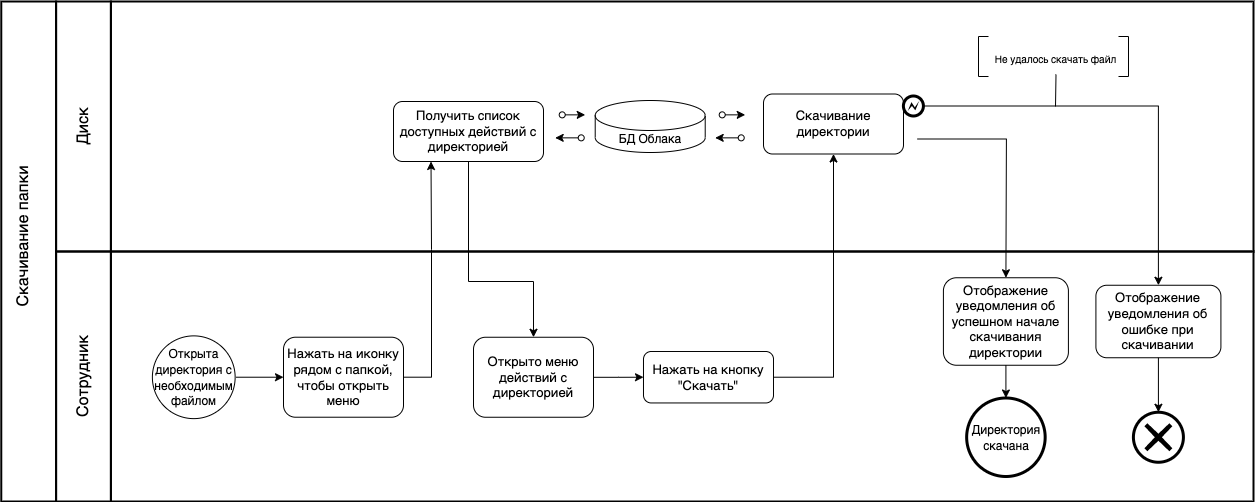
This is docs/bpmn/UML + BPMN-7.5.2 BPMN.drawio.png from shuv8/cloudstorage, a draw.io export, as it was before one commit. Source tidied: cells renumbered, new cells last; positions are measured from the earlier drawing's top-left corner, leaving out a move shared by most shapes.
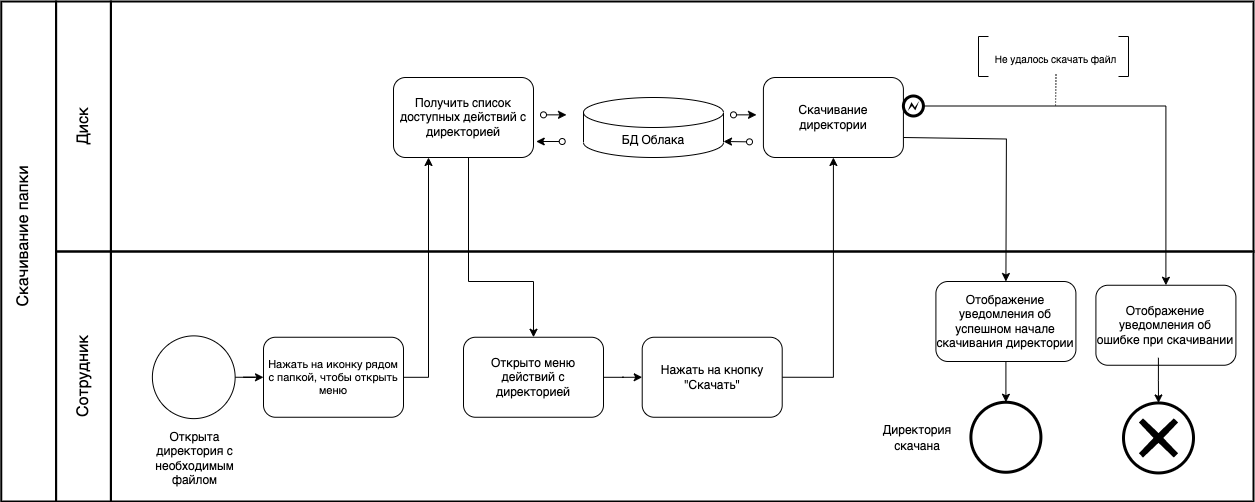
Later version of the same file.

Change to the diagram source:
```diff
@@ -15,14 +15,14 @@
         </Array>
       </mxGeometry>
     </mxCell>
-    <mxCell id="5" value="Нажать на кнопку &quot;Скачать&quot;" style="rounded=1;whiteSpace=wrap;html=1;fontSize=13;" parent="1" vertex="1">
-      <mxGeometry x="720" y="350" width="130" height="51.5" as="geometry" />
+    <mxCell id="5" value="Нажать на кнопку &quot;Скачать&quot;" style="rounded=1;whiteSpace=wrap;html=1;fontSize=12;" parent="1" vertex="1">
+      <mxGeometry x="718.7" y="335.8" width="140" height="80" as="geometry" />
     </mxCell>
-    <mxCell id="6" style="edgeStyle=orthogonalEdgeStyle;rounded=0;jettySize=auto;html=1;exitX=1;exitY=0.5;exitDx=0;exitDy=0;" parent="1" edge="1" source="38" target="15">
+    <mxCell id="6" style="edgeStyle=orthogonalEdgeStyle;rounded=0;jettySize=auto;html=1;exitX=1;exitY=0.5;exitDx=0;exitDy=0;" parent="1" edge="1" source="37" target="15">
       <mxGeometry relative="1" as="geometry" />
     </mxCell>
-    <mxCell id="7" value="Скачивание директории" style="rounded=1;whiteSpace=wrap;html=1;fontSize=13;" parent="1" vertex="1">
-      <mxGeometry x="840" y="92.5" width="140" height="60" as="geometry" />
+    <mxCell id="7" value="Скачивание директории" style="rounded=1;whiteSpace=wrap;html=1;fontSize=12;" parent="1" vertex="1">
+      <mxGeometry x="839.9" y="76" width="140" height="80" as="geometry" />
     </mxCell>
     <mxCell id="8" style="rounded=0;whiteSpace=wrap;html=1;strokeWidth=2;fontSize=13;fillColor=none;" parent="1" vertex="1">
       <mxGeometry x="132.6" width="54.8" height="250" as="geometry" />
@@ -45,28 +45,26 @@
     <mxCell id="14" style="edgeStyle=orthogonalEdgeStyle;rounded=0;jettySize=auto;html=1;entryX=0.25;entryY=1;entryDx=0;entryDy=0;" parent="1" edge="1" source="15" target="24">
       <mxGeometry relative="1" as="geometry">
         <Array as="points">
-          <mxPoint x="508" y="376" />
-          <mxPoint x="508" y="248" />
-          <mxPoint x="507" y="248" />
+          <mxPoint x="505" y="376" />
         </Array>
       </mxGeometry>
     </mxCell>
-    <mxCell id="15" value="Нажать на иконку рядом с папкой, чтобы открыть меню" style="rounded=1;whiteSpace=wrap;html=1;fontSize=13;" parent="1" vertex="1">
-      <mxGeometry x="360" y="335.7" width="120" height="80" as="geometry" />
+    <mxCell id="15" value="Нажать на иконку рядом с папкой, чтобы открыть меню" style="rounded=1;whiteSpace=wrap;html=1;fontSize=11;" parent="1" vertex="1">
+      <mxGeometry x="340" y="335.8" width="140" height="80" as="geometry" />
     </mxCell>
     <mxCell id="16" style="ellipse;whiteSpace=wrap;html=1;fontSize=13;strokeWidth=3;" parent="1" vertex="1">
-      <mxGeometry x="1043.2" y="396.5" width="78.5" height="78.5" as="geometry" />
+      <mxGeometry x="1047.4" y="400.8" width="70" height="70" as="geometry" />
     </mxCell>
-    <mxCell id="17" value="Отображение уведомления об успешном начале скачивания директории" style="rounded=1;whiteSpace=wrap;html=1;fontSize=13;" parent="1" vertex="1">
-      <mxGeometry x="1019.9" y="276.2" width="125" height="87.5" as="geometry" />
+    <mxCell id="17" value="Отображение уведомления об успешном начале скачивания директории" style="rounded=1;whiteSpace=wrap;html=1;fontSize=12;" parent="1" vertex="1">
+      <mxGeometry x="1012.4" y="280" width="140" height="80" as="geometry" />
     </mxCell>
     <mxCell id="18" style="endArrow=classic;html=1;fillColor=#000000;exitX=0.5;exitY=1;exitDx=0;exitDy=0;entryX=0.5;entryY=0;entryDx=0;entryDy=0;" parent="1" edge="1" source="17" target="16">
       <mxGeometry relative="1" as="geometry" />
     </mxCell>
-    <mxCell id="19" value="Отображение уведомления об ошибке при скачивании" style="rounded=1;whiteSpace=wrap;html=1;fontSize=13;" parent="1" vertex="1">
-      <mxGeometry x="1172.4" y="283.8" width="125" height="72.5" as="geometry" />
+    <mxCell id="19" value="Отображение уведомления об ошибке при скачивании" style="rounded=1;whiteSpace=wrap;html=1;fontSize=12;" parent="1" vertex="1">
+      <mxGeometry x="1172.4" y="283.8" width="140" height="80" as="geometry" />
     </mxCell>
-    <mxCell id="20" style="endArrow=classic;html=1;fontSize=13;exitX=0.706;exitY=0.55;exitDx=0;exitDy=0;entryX=0.5;entryY=0;entryDx=0;entryDy=0;rounded=0;exitPerimeter=0;" parent="1" edge="1" source="3" target="17">
+    <mxCell id="20" style="endArrow=classic;html=1;fontSize=13;exitX=1;exitY=0.75;exitDx=0;exitDy=0;entryX=0.5;entryY=0;entryDx=0;entryDy=0;rounded=0;" parent="1" edge="1" source="7" target="17">
       <mxGeometry relative="1" as="geometry">
         <Array as="points">
           <mxPoint x="1082.9" y="137.5" />
@@ -87,55 +85,49 @@
         </Array>
       </mxGeometry>
     </mxCell>
-    <mxCell id="24" value="Получить список доступных действий с директорией" style="rounded=1;whiteSpace=wrap;html=1;fontSize=13;" parent="1" vertex="1">
-      <mxGeometry x="470" y="100" width="150" height="60" as="geometry" />
+    <mxCell id="24" value="Получить список доступных действий с директорией" style="rounded=1;whiteSpace=wrap;html=1;fontSize=12;" parent="1" vertex="1">
+      <mxGeometry x="470" y="76" width="140" height="80" as="geometry" />
     </mxCell>
     <mxCell id="25" style="edgeStyle=orthogonalEdgeStyle;rounded=0;jettySize=auto;html=1;entryX=0;entryY=0.5;entryDx=0;entryDy=0;" parent="1" edge="1" source="26" target="5">
       <mxGeometry relative="1" as="geometry" />
     </mxCell>
-    <mxCell id="26" value="Открыто меню действий с директорией" style="rounded=1;whiteSpace=wrap;html=1;fontSize=13;" parent="1" vertex="1">
-      <mxGeometry x="550" y="335.8" width="120" height="80" as="geometry" />
+    <mxCell id="26" value="Открыто меню действий с директорией" style="rounded=1;whiteSpace=wrap;html=1;fontSize=12;" parent="1" vertex="1">
+      <mxGeometry x="540" y="335.8" width="140" height="80" as="geometry" />
     </mxCell>
     <mxCell id="27" style="group;" parent="1" vertex="1">
       <mxGeometry x="638.7" y="94" width="220" height="62" as="geometry" />
     </mxCell>
     <mxCell id="28" value="БД Облака" style="shape=cylinder3;whiteSpace=wrap;html=1;boundedLbl=1;backgroundOutline=1;size=15;" parent="27" vertex="1">
-      <mxGeometry x="33" y="5" width="110" height="52" as="geometry" />
+      <mxGeometry x="21.3" y="2" width="140" height="60" as="geometry" />
     </mxCell>
     <mxCell id="29" style="endArrow=classic;html=1;rounded=0;startArrow=oval;startFill=0;" parent="27" edge="1">
       <mxGeometry relative="1" as="geometry">
-        <mxPoint x="160" y="19.4" as="sourcePoint" />
-        <mxPoint x="183" y="19.4" as="targetPoint" />
+        <mxPoint x="171.3" y="19.4" as="sourcePoint" />
+        <mxPoint x="194.3" y="19.4" as="targetPoint" />
       </mxGeometry>
     </mxCell>
     <mxCell id="30" style="endArrow=classic;html=1;rounded=0;startArrow=oval;startFill=0;" parent="27" edge="1">
       <mxGeometry relative="1" as="geometry">
-        <mxPoint x="179" y="42.4" as="sourcePoint" />
-        <mxPoint x="153" y="42.4" as="targetPoint" />
+        <mxPoint x="187.3" y="46.4" as="sourcePoint" />
+        <mxPoint x="161.3" y="46" as="targetPoint" />
       </mxGeometry>
     </mxCell>
     <mxCell id="31" style="endArrow=classic;html=1;rounded=0;startArrow=oval;startFill=0;" parent="27" edge="1">
       <mxGeometry relative="1" as="geometry">
-        <mxPoint y="19.4" as="sourcePoint" />
-        <mxPoint x="23" y="19.4" as="targetPoint" />
+        <mxPoint x="-18.7" y="19.4" as="sourcePoint" />
+        <mxPoint x="4.3" y="19.4" as="targetPoint" />
       </mxGeometry>
     </mxCell>
-    <mxCell id="32" style="endArrow=classic;html=1;rounded=0;startArrow=oval;startFill=0;" parent="27" edge="1">
-      <mxGeometry relative="1" as="geometry">
-        <mxPoint x="19" y="42.3" as="sourcePoint" />
-        <mxPoint x="-7" y="42.3" as="targetPoint" />
-      </mxGeometry>
-    </mxCell>
     <mxCell id="33" style="edgeStyle=orthogonalEdgeStyle;rounded=0;jettySize=auto;html=1;entryX=0.5;entryY=0;entryDx=0;entryDy=0;entryPerimeter=0;" parent="1" edge="1" target="34">
       <mxGeometry relative="1" as="geometry">
         <mxPoint x="1234.9" y="356.2" as="sourcePoint" />
       </mxGeometry>
     </mxCell>
     <mxCell id="34" style="points=[[0.145,0.145,0],[0.5,0,0],[0.855,0.145,0],[1,0.5,0],[0.855,0.855,0],[0.5,1,0],[0.145,0.855,0],[0,0.5,0]];shape=mxgraph.bpmn.event;html=1;verticalLabelPosition=bottom;labelBackgroundColor=#ffffff;verticalAlign=top;align=center;perimeter=ellipsePerimeter;outlineConnect=0;outline=end;symbol=cancel;" parent="1" vertex="1">
-      <mxGeometry x="1209.9" y="410.8" width="50" height="50" as="geometry" />
+      <mxGeometry x="1200" y="401.5" width="70" height="70" as="geometry" />
     </mxCell>
     <mxCell id="35" value="&lt;font style=&quot;font-size: 12px;&quot;&gt;Директория &lt;br&gt;скачана&lt;/font&gt;" style="text;html=1;strokeColor=none;fillColor=none;align=center;verticalAlign=middle;whiteSpace=wrap;rounded=0;fontSize=13;rotation=0;" parent="1" vertex="1">
-      <mxGeometry x="1048.6" y="414" width="67.5" height="43.5" as="geometry" />
+      <mxGeometry x="960" y="414" width="67.5" height="43.5" as="geometry" />
     </mxCell>
     <mxCell id="36" style="edgeStyle=orthogonalEdgeStyle;rounded=0;jettySize=auto;html=1;" parent="1" edge="1" source="22" target="19">
       <mxGeometry relative="1" as="geometry" />
@@ -143,8 +135,8 @@
     <mxCell id="37" style="ellipse;whiteSpace=wrap;html=1;fontSize=13;" parent="1" vertex="1">
       <mxGeometry x="228.9" y="334.4" width="82.8" height="82.8" as="geometry" />
     </mxCell>
-    <mxCell id="38" value="&lt;font style=&quot;font-size: 12px;&quot;&gt;Открыта директория с необходимым файлом&lt;/font&gt;" style="text;html=1;strokeColor=none;fillColor=none;align=center;verticalAlign=middle;whiteSpace=wrap;rounded=0;fontSize=13;rotation=0;" parent="1" vertex="1">
-      <mxGeometry x="227.8" y="349" width="85" height="53.5" as="geometry" />
+    <mxCell id="38" value="&lt;font style=&quot;font-size: 12px;&quot;&gt;Открыта директория с необходимым файлом&lt;/font&gt;" style="text;html=1;strokeColor=none;fillColor=none;align=center;verticalAlign=middle;whiteSpace=wrap;rounded=0;fontSize=12;rotation=0;" parent="1" vertex="1">
+      <mxGeometry x="228.9" y="430" width="85" height="53.5" as="geometry" />
     </mxCell>
     <mxCell id="39" style="shape=partialRectangle;whiteSpace=wrap;html=1;bottom=1;right=1;left=1;top=0;fillColor=none;routingCenterX=-0.5;fontSize=13;rotation=-90;" parent="1" vertex="1">
       <mxGeometry x="1180" y="50" width="40" height="10" as="geometry" />
@@ -152,13 +144,19 @@
     <mxCell id="40" style="shape=partialRectangle;whiteSpace=wrap;html=1;bottom=1;right=1;left=1;top=0;fillColor=none;routingCenterX=-0.5;fontSize=13;rotation=90;" parent="1" vertex="1">
       <mxGeometry x="1040" y="50" width="40" height="10" as="geometry" />
     </mxCell>
-    <mxCell id="41" value="&lt;font size=&quot;1&quot;&gt;Не удалось скачать файл&lt;/font&gt;" style="text;html=1;strokeColor=none;fillColor=none;align=center;verticalAlign=middle;whiteSpace=wrap;rounded=0;fontSize=13;" parent="1" vertex="1">
+    <mxCell id="41" value="&lt;font style=&quot;font-size: 10px;&quot;&gt;Не удалось скачать файл&lt;/font&gt;" style="text;html=1;strokeColor=none;fillColor=none;align=center;verticalAlign=middle;whiteSpace=wrap;rounded=0;fontSize=10;" parent="1" vertex="1">
       <mxGeometry x="1065" y="40" width="135" height="33" as="geometry" />
     </mxCell>
-    <mxCell id="42" style="endArrow=none;html=1;rounded=0;fontSize=12;exitX=0.5;exitY=1;exitDx=0;exitDy=0;" parent="1" edge="1" source="41">
+    <mxCell id="42" style="endArrow=none;html=1;rounded=0;fontSize=12;exitX=0.5;exitY=1;exitDx=0;exitDy=0;dashed=1;dashPattern=1 2;" parent="1" edge="1" source="41">
       <mxGeometry relative="1" as="geometry">
         <mxPoint x="1132" y="105" as="targetPoint" />
       </mxGeometry>
     </mxCell>
+    <mxCell id="32" style="endArrow=classic;html=1;rounded=0;startArrow=oval;startFill=0;" parent="1" edge="1">
+      <mxGeometry relative="1" as="geometry">
+        <mxPoint x="638.7" y="140" as="sourcePoint" />
+        <mxPoint x="612.7" y="140" as="targetPoint" />
+      </mxGeometry>
+    </mxCell>
   </root>
 </mxGraphModel>
```
